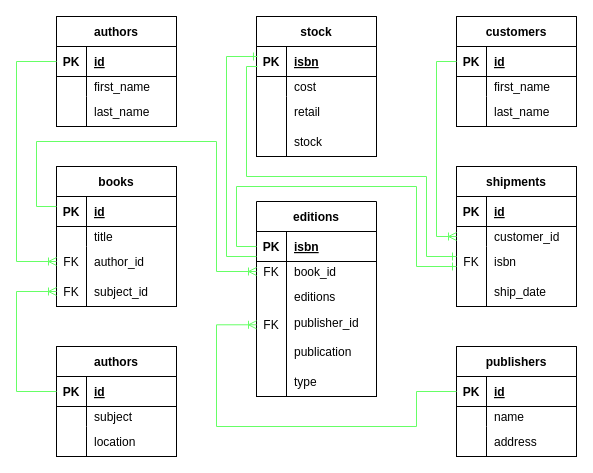
The draw.io diagram database.drawio in NevzorovL/first-project, before the edit. Source tidied: cells renumbered, new cells numbered last; positions are measured from the earlier drawing's top-left corner, leaving out a move shared by most shapes. Both pictures are drawn from the tidied source at 100%, with x=0, y=0 at pixel (16, 16).
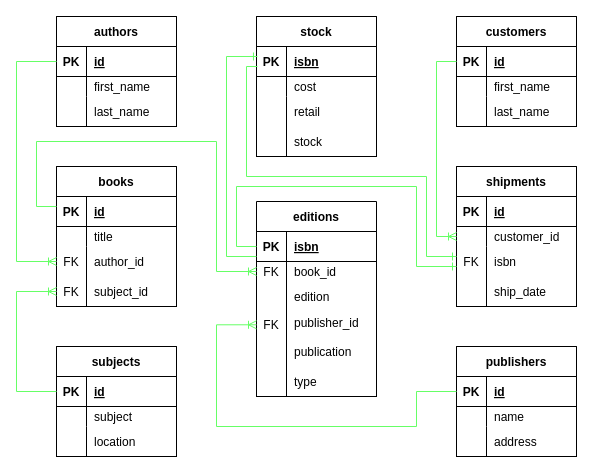
After the change.

Unchanged cells that the change refers to:
```xml
<mxCell id="62" style="shape=tableRow;horizontal=0;startSize=0;swimlaneHead=0;swimlaneBody=0;fillColor=none;top=0;left=0;right=0;bottom=0;" parent="55" vertex="1">
  <mxGeometry y="80" width="120" height="30" as="geometry" />
</mxCell>
```

Change to the diagram source:
```diff
@@
-    <mxCell id="27" value="authors" style="shape=table;startSize=30;childLayout=tableLayout;rowLines=0;fontStyle=1;align=center;" parent="1" vertex="1">
+    <mxCell id="27" value="subjects" style="shape=table;startSize=30;childLayout=tableLayout;rowLines=0;fontStyle=1;align=center;" parent="1" vertex="1">
       <mxGeometry x="40" y="330" width="120" height="110" as="geometry" />
     </mxCell>
@@
-    <mxCell id="64" value="editions" style="shape=partialRectangle;fillColor=none;top=0;left=0;bottom=0;right=0;align=left;spacingLeft=6;overflow=hidden;" parent="62" vertex="1">
+    <mxCell id="64" value="edition" style="shape=partialRectangle;fillColor=none;top=0;left=0;bottom=0;right=0;align=left;spacingLeft=6;overflow=hidden;" parent="62" vertex="1">
       <mxGeometry x="30" width="90" height="30" as="geometry" />
     </mxCell>
```
